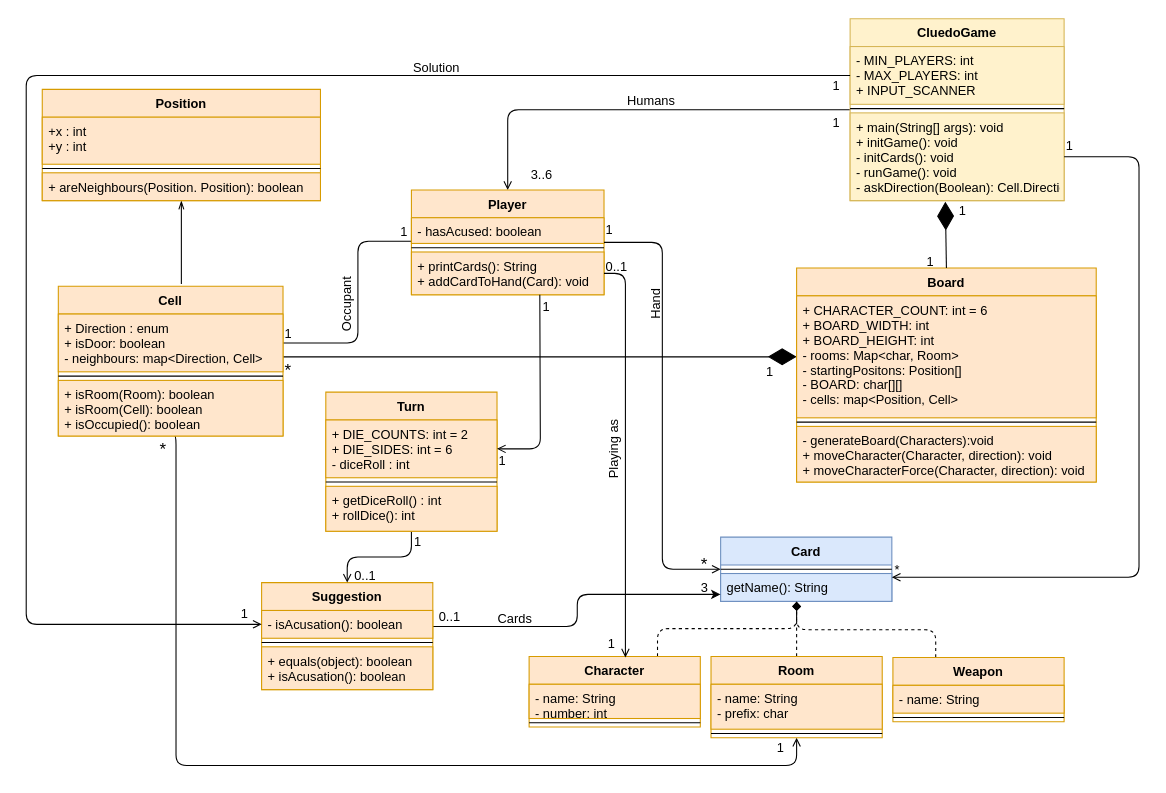
Before: Untitled Diagram.drawio in BIOS9/SWEN225Assig1, a draw.io diagram. Source tidied: cells renumbered, new cells numbered last; positions are measured from the earlier drawing's top-left corner, leaving out a move shared by most shapes. Both pictures are drawn from the tidied source at 107%, with x=0, y=0 at pixel (26, 18).
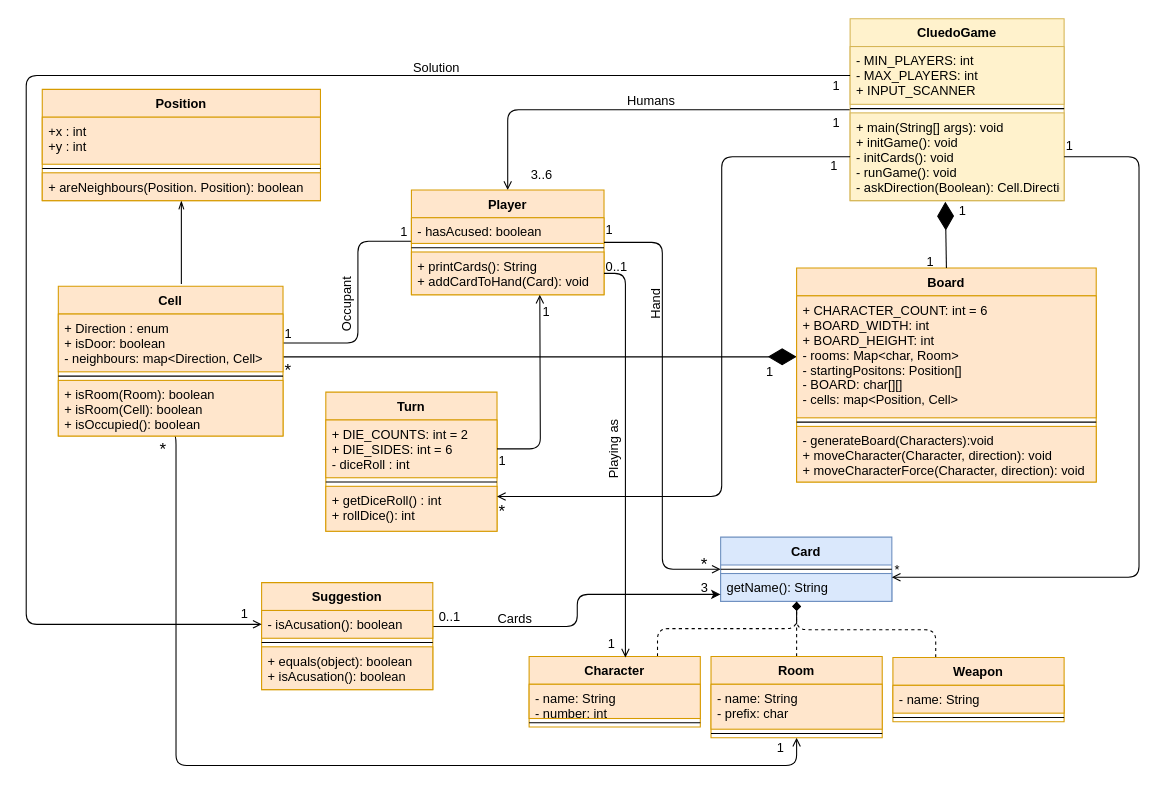
The same page after the edit.

The change refers to these unchanged cells:
```xml
<mxCell id="9" value="+ main(String[] args): void&#10;+ initGame(): void&#10;- initCards(): void&#10;- runGame(): void&#10;- askDirection(Boolean): Cell.Direction" style="text;strokeColor=#d6b656;fillColor=#fff2cc;align=left;verticalAlign=top;spacingLeft=4;spacingRight=4;overflow=hidden;points=[[0,0.5],[1,0.5]];portConstraint=eastwest;" parent="6" vertex="1">
  <mxGeometry y="88" width="200" height="82" as="geometry" />
</mxCell>
<mxCell id="45" value="Suggestion" style="swimlane;fontStyle=1;align=center;verticalAlign=top;horizontal=1;startSize=26;fillColor=#ffe6cc;strokeColor=#d79b00;" parent="1" vertex="1">
  <mxGeometry x="220" y="527" width="160" height="100" as="geometry" />
</mxCell>
<mxCell id="50" value="Turn&#10;" style="swimlane;fontStyle=1;align=center;verticalAlign=top;horizontal=1;startSize=26;fillColor=#ffe6cc;strokeColor=#d79b00;" parent="1" vertex="1">
  <mxGeometry x="280" y="349" width="160" height="130" as="geometry" />
</mxCell>
<mxCell id="51" value="+ DIE_COUNTS: int = 2&#10;+ DIE_SIDES: int = 6&#10;- diceRoll : int " style="text;strokeColor=#d79b00;fillColor=#ffe6cc;align=left;verticalAlign=top;spacingLeft=4;spacingRight=4;overflow=hidden;points=[[0,0.5],[1,0.5]];portConstraint=eastwest;" parent="50" vertex="1">
  <mxGeometry y="26" width="160" height="54" as="geometry" />
</mxCell>
```

Change to the diagram source:
```diff
@@
-    <mxCell id="49" style="edgeStyle=orthogonalEdgeStyle;rounded=1;jettySize=auto;html=1;startArrow=none;startFill=0;endArrow=open;endFill=0;" parent="1" edge="1" source="50" target="45">
-      <mxGeometry relative="1" as="geometry" />
-    </mxCell>
@@
-    <mxCell id="59" style="edgeStyle=orthogonalEdgeStyle;rounded=1;jettySize=auto;html=1;startArrow=open;startFill=0;endArrow=none;endFill=0;" parent="1" edge="1" source="51">
+    <mxCell id="59" style="edgeStyle=orthogonalEdgeStyle;rounded=1;jettySize=auto;html=1;startArrow=none;startFill=0;endArrow=open;endFill=0;" parent="1" edge="1" source="51">
       <mxGeometry relative="1" as="geometry">
         <mxPoint x="480" y="258" as="targetPoint" />
       </mxGeometry>
     </mxCell>
     <mxCell id="60" value="1" style="text;html=1;align=left;verticalAlign=top;spacingTop=-4;" parent="1" vertex="1">
-      <mxGeometry x="481" y="260" width="20" height="20" as="geometry" />
+      <mxGeometry x="481" y="264" width="20" height="20" as="geometry" />
     </mxCell>
@@
-    <mxCell id="78" value="1" style="text;html=1;align=left;verticalAlign=top;spacingTop=-4;" parent="1" vertex="1">
-      <mxGeometry x="361" y="479" width="20" height="20" as="geometry" />
-    </mxCell>
-    <mxCell id="79" value="0..1" style="text;html=1;align=left;verticalAlign=top;spacingTop=-4;" parent="1" vertex="1">
-      <mxGeometry x="305" y="510.5" width="40" height="20" as="geometry" />
-    </mxCell>
@@
+    <mxCell id="88" style="edgeStyle=orthogonalEdgeStyle;rounded=1;jettySize=auto;html=1;entryX=1;entryY=0.75;entryDx=0;entryDy=0;endArrow=open;endFill=0;" parent="1" edge="1" source="9" target="50">
+      <mxGeometry relative="1" as="geometry">
+        <Array as="points">
+          <mxPoint x="650" y="129" />
+          <mxPoint x="650" y="447" />
+        </Array>
+      </mxGeometry>
+    </mxCell>
+    <mxCell id="78" value="1" style="text;html=1;align=left;verticalAlign=top;spacingTop=-4;" parent="1" vertex="1">
+      <mxGeometry x="750" y="128" width="20" height="20" as="geometry" />
+    </mxCell>
+    <mxCell id="89" value="&lt;font style=&quot;font-size: 16px;&quot;&gt;*&lt;/font&gt;" style="text;html=1;align=left;verticalAlign=top;spacingTop=-4;fontSize=16;" parent="1" vertex="1">
+      <mxGeometry x="440" y="448" width="20" height="20" as="geometry" />
+    </mxCell>
```
